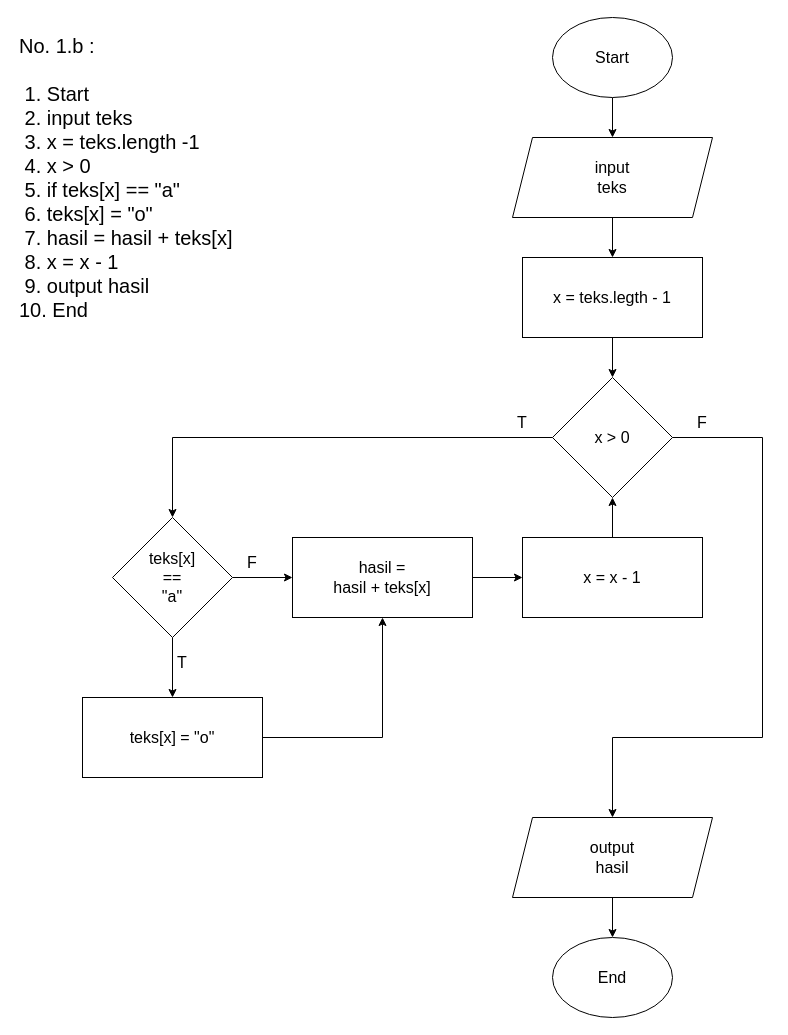
The draw.io diagram WEEK-2/flowchart1b.drawio in afif-buchori/fw14-afif-buchori, before the edit. Source tidied: cells renumbered, new cells numbered last; positions are measured from the earlier drawing's top-left corner, leaving out a move shared by most shapes. Both pictures are drawn from the tidied source at 100%, with x=0, y=0 at pixel (17, 17).
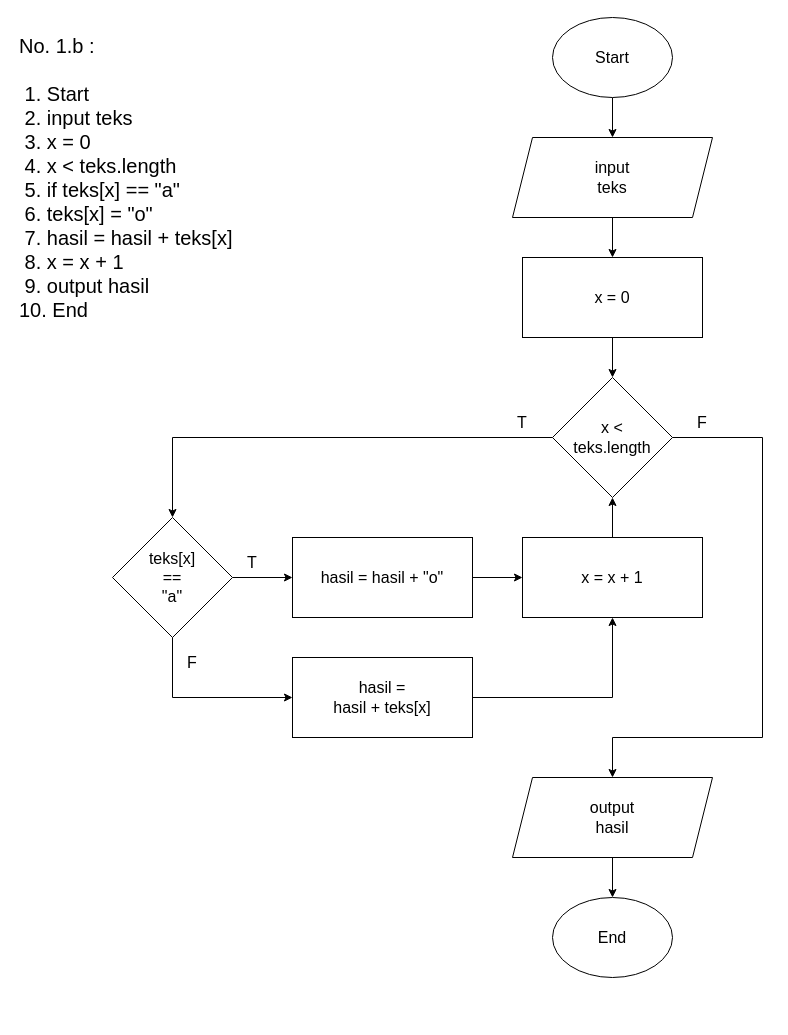
The same diagram, later.

Unchanged cells that the change refers to:
```xml
<mxCell id="12" value="teks[x]&lt;br style=&quot;font-size: 16px;&quot;&gt;==&lt;br style=&quot;font-size: 16px;&quot;&gt;&quot;a&quot;" style="rhombus;whiteSpace=wrap;html=1;fontSize=16;" parent="1" vertex="1">
  <mxGeometry x="95" y="500" width="120" height="120" as="geometry" />
</mxCell>
```

The edit, as a diff of the source:
```diff
@@
-    <mxCell id="2" value="No. 1.b :&lt;br&gt;&lt;br style=&quot;border-color: var(--border-color); font-size: 20px;&quot;&gt;&lt;span style=&quot;font-size: 20px;&quot;&gt;&amp;nbsp;1. Start&lt;/span&gt;&lt;br style=&quot;border-color: var(--border-color); font-size: 20px;&quot;&gt;&lt;span style=&quot;font-size: 20px;&quot;&gt;&amp;nbsp;2. input teks&lt;/span&gt;&lt;br style=&quot;border-color: var(--border-color); font-size: 20px;&quot;&gt;&lt;span style=&quot;font-size: 20px;&quot;&gt;&amp;nbsp;3. x = teks.length -1&lt;/span&gt;&lt;br style=&quot;border-color: var(--border-color); font-size: 20px;&quot;&gt;&lt;span style=&quot;font-size: 20px;&quot;&gt;&amp;nbsp;4. x &amp;gt; 0&lt;/span&gt;&lt;br style=&quot;border-color: var(--border-color); font-size: 20px;&quot;&gt;&lt;span style=&quot;font-size: 20px;&quot;&gt;&amp;nbsp;5. if teks[x] == &quot;a&quot;&lt;/span&gt;&lt;br style=&quot;border-color: var(--border-color); font-size: 20px;&quot;&gt;&lt;span style=&quot;font-size: 20px;&quot;&gt;&amp;nbsp;6. teks[x] = &quot;o&quot;&lt;/span&gt;&lt;br style=&quot;border-color: var(--border-color); font-size: 20px;&quot;&gt;&lt;span style=&quot;font-size: 20px;&quot;&gt;&amp;nbsp;7. hasil = hasil + teks[x]&lt;br&gt;&amp;nbsp;8. x = x - 1&lt;/span&gt;&lt;br style=&quot;border-color: var(--border-color); font-size: 20px;&quot;&gt;&lt;span style=&quot;font-size: 20px;&quot;&gt;&amp;nbsp;9. output hasil&lt;/span&gt;&lt;br style=&quot;border-color: var(--border-color); font-size: 20px;&quot;&gt;&lt;span style=&quot;font-size: 20px;&quot;&gt;10. End&lt;/span&gt;" style="text;html=1;strokeColor=none;fillColor=none;align=left;verticalAlign=middle;whiteSpace=wrap;rounded=0;fontSize=20;" parent="1" vertex="1">
+    <mxCell id="2" value="No. 1.b :&lt;br&gt;&lt;br style=&quot;border-color: var(--border-color); font-size: 20px;&quot;&gt;&lt;span style=&quot;font-size: 20px;&quot;&gt;&amp;nbsp;1. Start&lt;/span&gt;&lt;br style=&quot;border-color: var(--border-color); font-size: 20px;&quot;&gt;&lt;span style=&quot;font-size: 20px;&quot;&gt;&amp;nbsp;2. input teks&lt;/span&gt;&lt;br style=&quot;border-color: var(--border-color); font-size: 20px;&quot;&gt;&lt;span style=&quot;font-size: 20px;&quot;&gt;&amp;nbsp;3. x = 0&lt;/span&gt;&lt;br style=&quot;border-color: var(--border-color); font-size: 20px;&quot;&gt;&lt;span style=&quot;font-size: 20px;&quot;&gt;&amp;nbsp;4. x &amp;lt; teks.length&lt;/span&gt;&lt;br style=&quot;border-color: var(--border-color); font-size: 20px;&quot;&gt;&lt;span style=&quot;font-size: 20px;&quot;&gt;&amp;nbsp;5. if teks[x] == &quot;a&quot;&lt;/span&gt;&lt;br style=&quot;border-color: var(--border-color); font-size: 20px;&quot;&gt;&lt;span style=&quot;font-size: 20px;&quot;&gt;&amp;nbsp;6. teks[x] = &quot;o&quot;&lt;/span&gt;&lt;br style=&quot;border-color: var(--border-color); font-size: 20px;&quot;&gt;&lt;span style=&quot;font-size: 20px;&quot;&gt;&amp;nbsp;7. hasil = hasil + teks[x]&lt;br&gt;&amp;nbsp;8. x = x + 1&lt;/span&gt;&lt;br style=&quot;border-color: var(--border-color); font-size: 20px;&quot;&gt;&lt;span style=&quot;font-size: 20px;&quot;&gt;&amp;nbsp;9. output hasil&lt;/span&gt;&lt;br style=&quot;border-color: var(--border-color); font-size: 20px;&quot;&gt;&lt;span style=&quot;font-size: 20px;&quot;&gt;10. End&lt;/span&gt;" style="text;html=1;strokeColor=none;fillColor=none;align=left;verticalAlign=middle;whiteSpace=wrap;rounded=0;fontSize=20;" parent="1" vertex="1">
       <mxGeometry width="410" height="320" as="geometry" />
     </mxCell>
@@
-    <mxCell id="8" value="x = teks.legth - 1" style="rounded=0;whiteSpace=wrap;html=1;fontSize=16;" parent="1" vertex="1">
+    <mxCell id="8" value="x = 0" style="rounded=0;whiteSpace=wrap;html=1;fontSize=16;" parent="1" vertex="1">
       <mxGeometry x="505" y="240" width="180" height="80" as="geometry" />
     </mxCell>
-    <mxCell id="9" value="x &amp;gt; 0" style="rhombus;whiteSpace=wrap;html=1;fontSize=16;" parent="1" vertex="1">
+    <mxCell id="9" value="x &amp;lt; &lt;br&gt;teks.length" style="rhombus;whiteSpace=wrap;html=1;fontSize=16;" parent="1" vertex="1">
       <mxGeometry x="535" y="360" width="120" height="120" as="geometry" />
     </mxCell>
-    <mxCell id="10" style="edgeStyle=orthogonalEdgeStyle;rounded=0;jettySize=auto;html=1;fontSize=16;" parent="1" edge="1" source="12" target="13">
-      <mxGeometry relative="1" as="geometry" />
-    </mxCell>
@@
-    <mxCell id="13" value="teks[x] = &quot;o&quot;" style="rounded=0;whiteSpace=wrap;html=1;fontSize=16;" parent="1" vertex="1">
-      <mxGeometry x="65" y="680" width="180" height="80" as="geometry" />
+    <mxCell id="13" value="hasil =&lt;br style=&quot;border-color: var(--border-color);&quot;&gt;hasil + teks[x]" style="rounded=0;whiteSpace=wrap;html=1;fontSize=16;" parent="1" vertex="1">
+      <mxGeometry x="275" y="640" width="180" height="80" as="geometry" />
     </mxCell>
@@
-    <mxCell id="15" value="hasil =&lt;br style=&quot;font-size: 16px;&quot;&gt;hasil + teks[x]" style="rounded=0;whiteSpace=wrap;html=1;fontSize=16;" parent="1" vertex="1">
+    <mxCell id="15" value="hasil = hasil + &quot;o&quot;" style="rounded=0;whiteSpace=wrap;html=1;fontSize=16;" parent="1" vertex="1">
       <mxGeometry x="275" y="520" width="180" height="80" as="geometry" />
     </mxCell>
@@
     <mxCell id="17" value="output&lt;br&gt;hasil" style="shape=parallelogram;perimeter=parallelogramPerimeter;whiteSpace=wrap;html=1;fixedSize=1;fontSize=16;" parent="1" vertex="1">
-      <mxGeometry x="495" y="800" width="200" height="80" as="geometry" />
+      <mxGeometry x="495" y="760" width="200" height="80" as="geometry" />
     </mxCell>
     <mxCell id="18" value="End" style="ellipse;whiteSpace=wrap;html=1;fontSize=16;" parent="1" vertex="1">
-      <mxGeometry x="535" y="920" width="120" height="80" as="geometry" />
+      <mxGeometry x="535" y="880" width="120" height="80" as="geometry" />
     </mxCell>
@@
-    <mxCell id="20" style="endArrow=classic;html=1;rounded=0;fontSize=16;exitX=1;exitY=0.5;exitDx=0;exitDy=0;entryX=0.5;entryY=1;entryDx=0;entryDy=0;" parent="1" edge="1" source="13" target="15">
+    <mxCell id="20" style="endArrow=classic;html=1;rounded=0;fontSize=16;exitX=1;exitY=0.5;exitDx=0;exitDy=0;entryX=0.5;entryY=1;entryDx=0;entryDy=0;" parent="1" edge="1" source="13" target="27">
       <mxGeometry relative="1" as="geometry">
         <Array as="points">
-          <mxPoint x="365" y="720" />
+          <mxPoint x="595" y="680" />
         </Array>
       </mxGeometry>
     </mxCell>
@@
     <mxCell id="23" value="T" style="text;html=1;strokeColor=none;fillColor=none;align=center;verticalAlign=middle;whiteSpace=wrap;rounded=0;fontSize=16;" parent="1" vertex="1">
-      <mxGeometry x="135" y="630" width="60" height="30" as="geometry" />
+      <mxGeometry x="205" y="530" width="60" height="30" as="geometry" />
     </mxCell>
     <mxCell id="24" value="F" style="text;html=1;strokeColor=none;fillColor=none;align=center;verticalAlign=middle;whiteSpace=wrap;rounded=0;fontSize=16;" parent="1" vertex="1">
-      <mxGeometry x="205" y="530" width="60" height="30" as="geometry" />
+      <mxGeometry x="145" y="630" width="60" height="30" as="geometry" />
     </mxCell>
@@
-    <mxCell id="27" value="x = x - 1" style="rounded=0;whiteSpace=wrap;html=1;fontSize=16;" parent="1" vertex="1">
+    <mxCell id="27" value="x = x + 1" style="rounded=0;whiteSpace=wrap;html=1;fontSize=16;" parent="1" vertex="1">
       <mxGeometry x="505" y="520" width="180" height="80" as="geometry" />
     </mxCell>
+    <mxCell id="10" style="endArrow=classic;html=1;rounded=0;exitX=0.5;exitY=1;exitDx=0;exitDy=0;entryX=0;entryY=0.5;entryDx=0;entryDy=0;" parent="1" edge="1" source="12" target="13">
+      <mxGeometry relative="1" as="geometry">
+        <Array as="points">
+          <mxPoint x="155" y="680" />
+        </Array>
+      </mxGeometry>
+    </mxCell>
```
